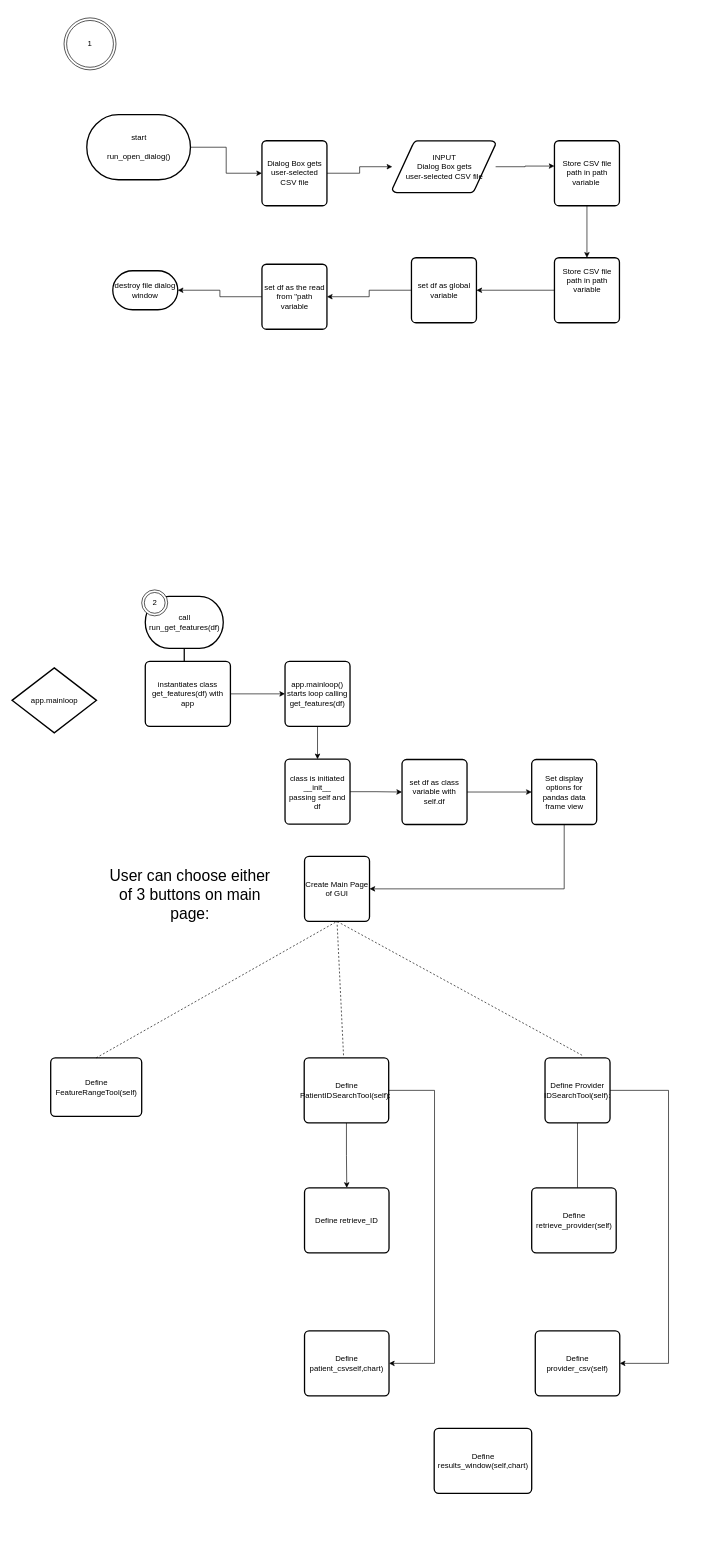
This is Untitled Diagram.drawio from ladri8/COVID19_AHA, a draw.io file, before an edit. Source tidied: cells renumbered, new cells numbered last; positions are measured from the earlier drawing's top-left corner, leaving out a move shared by most shapes. Both pictures are drawn from the tidied source at 65%, with x=0, y=0 at pixel (12, 18).
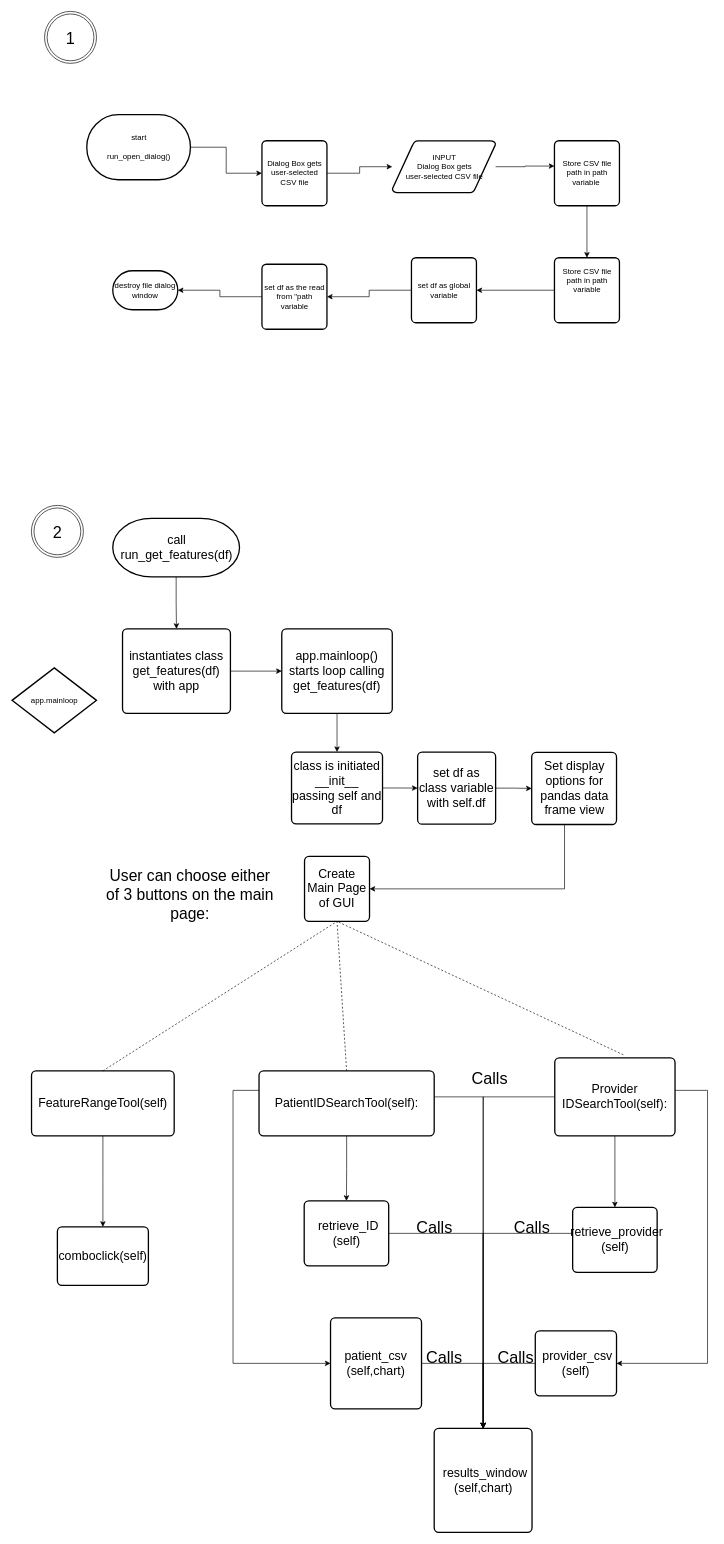
The same page after the edit.

Change to the diagram source:
```diff
@@
-    <mxCell id="8" style="edgeStyle=orthogonalEdgeStyle;rounded=0;jettySize=auto;html=1;entryX=0.458;entryY=0.16;entryDx=0;entryDy=0;entryPerimeter=0;" parent="1" edge="1" source="9" target="11">
-      <mxGeometry relative="1" as="geometry" />
+    <mxCell id="8" style="edgeStyle=orthogonalEdgeStyle;rounded=0;jettySize=auto;html=1;entryX=0.5;entryY=0;entryDx=0;entryDy=0;fontFamily=Helvetica;fontSize=19;" parent="1" edge="1" source="9" target="11">
+      <mxGeometry relative="1" as="geometry">
+        <Array as="points">
+          <mxPoint x="253" y="900" />
+          <mxPoint x="253" y="900" />
+        </Array>
+      </mxGeometry>
     </mxCell>
-    <mxCell id="9" value="&lt;div&gt;call &lt;br&gt;&lt;/div&gt;run_get_features(df) " style="shape=mxgraph.flowchart.terminator;strokeWidth=2;gradientColor=none;gradientDirection=north;fontStyle=0;html=1;" parent="1" vertex="1">
-      <mxGeometry x="205" y="890" width="120" height="80" as="geometry" />
+    <mxCell id="9" value="&lt;div style=&quot;font-size: 19px;&quot;&gt;call &lt;br style=&quot;font-size: 19px;&quot;&gt;&lt;/div&gt;run_get_features(df) " style="shape=mxgraph.flowchart.terminator;strokeWidth=2;gradientColor=none;gradientDirection=north;fontStyle=0;html=1;fontSize=19;" parent="1" vertex="1">
+      <mxGeometry x="155" y="770" width="195" height="90" as="geometry" />
     </mxCell>
@@
-    <mxCell id="11" value="instantiates class get_features(df) with app " style="rounded=1;whiteSpace=wrap;html=1;absoluteArcSize=1;arcSize=14;strokeWidth=2;" parent="1" vertex="1">
-      <mxGeometry x="205" y="990" width="131" height="100" as="geometry" />
+    <mxCell id="11" value="instantiates class get_features(df) with app " style="rounded=1;whiteSpace=wrap;html=1;absoluteArcSize=1;arcSize=14;strokeWidth=2;fontSize=19;" parent="1" vertex="1">
+      <mxGeometry x="170" y="940" width="166" height="130" as="geometry" />
     </mxCell>
-    <mxCell id="12" value="1" style="ellipse;shape=doubleEllipse;whiteSpace=wrap;html=1;" parent="1" vertex="1">
-      <mxGeometry x="80" width="80" height="80" as="geometry" />
+    <mxCell id="12" value="1" style="ellipse;shape=doubleEllipse;whiteSpace=wrap;html=1;fontSize=25;" parent="1" vertex="1">
+      <mxGeometry x="50" y="-10" width="80" height="80" as="geometry" />
     </mxCell>
-    <mxCell id="13" value="2" style="ellipse;shape=doubleEllipse;whiteSpace=wrap;html=1;" parent="1" vertex="1">
-      <mxGeometry x="199.5" y="880" width="40" height="40" as="geometry" />
+    <mxCell id="13" value="2" style="ellipse;shape=doubleEllipse;whiteSpace=wrap;html=1;fontSize=25;" parent="1" vertex="1">
+      <mxGeometry x="29.8" y="750" width="80" height="80" as="geometry" />
     </mxCell>
@@
-    <mxCell id="15" value="&lt;div&gt;app.mainloop() starts loop calling &lt;br&gt;&lt;/div&gt;&lt;div&gt;get_features(df) &lt;br&gt;&lt;/div&gt;" style="rounded=1;whiteSpace=wrap;html=1;absoluteArcSize=1;arcSize=14;strokeWidth=2;" parent="1" vertex="1">
-      <mxGeometry x="420" y="990" width="100" height="100" as="geometry" />
+    <mxCell id="15" value="&lt;div style=&quot;font-size: 19px;&quot;&gt;app.mainloop() starts loop calling &lt;br style=&quot;font-size: 19px;&quot;&gt;&lt;/div&gt;&lt;div style=&quot;font-size: 19px;&quot;&gt;get_features(df) &lt;br style=&quot;font-size: 19px;&quot;&gt;&lt;/div&gt;" style="rounded=1;whiteSpace=wrap;html=1;absoluteArcSize=1;arcSize=14;strokeWidth=2;fontSize=19;" parent="1" vertex="1">
+      <mxGeometry x="415" y="940" width="170" height="130" as="geometry" />
     </mxCell>
@@
-    <mxCell id="17" value="&lt;div&gt;class is initiated &lt;br&gt;&lt;/div&gt;&lt;div&gt;__init__ &lt;br&gt;&lt;/div&gt;passing self and df" style="rounded=1;whiteSpace=wrap;html=1;absoluteArcSize=1;arcSize=14;strokeWidth=2;" parent="1" vertex="1">
-      <mxGeometry x="420" y="1140.5" width="100" height="100" as="geometry" />
+    <mxCell id="17" value="&lt;div style=&quot;font-size: 19px;&quot;&gt;class is initiated &lt;br style=&quot;font-size: 19px;&quot;&gt;&lt;/div&gt;&lt;div style=&quot;font-size: 19px;&quot;&gt;__init__ &lt;br style=&quot;font-size: 19px;&quot;&gt;&lt;/div&gt;passing self and df" style="rounded=1;whiteSpace=wrap;html=1;absoluteArcSize=1;arcSize=14;strokeWidth=2;fontSize=19;" parent="1" vertex="1">
+      <mxGeometry x="430" y="1129.5" width="140" height="110.5" as="geometry" />
     </mxCell>
@@
-    <mxCell id="19" value="&lt;div&gt;set df as class variable with self.df &lt;br&gt;&lt;/div&gt;" style="rounded=1;whiteSpace=wrap;html=1;absoluteArcSize=1;arcSize=14;strokeWidth=2;" parent="1" vertex="1">
-      <mxGeometry x="600" y="1141" width="100" height="100" as="geometry" />
+    <mxCell id="19" value="&lt;div style=&quot;font-size: 19px;&quot;&gt;set df as class variable with self.df &lt;br style=&quot;font-size: 19px;&quot;&gt;&lt;/div&gt;" style="rounded=1;whiteSpace=wrap;html=1;absoluteArcSize=1;arcSize=14;strokeWidth=2;fontSize=19;" parent="1" vertex="1">
+      <mxGeometry x="624" y="1129.5" width="120" height="111" as="geometry" />
     </mxCell>
@@
-    <mxCell id="21" value="Set display options for pandas data frame view" style="rounded=1;whiteSpace=wrap;html=1;absoluteArcSize=1;arcSize=14;strokeWidth=2;" parent="1" vertex="1">
-      <mxGeometry x="799.5" y="1141" width="100" height="100" as="geometry" />
+    <mxCell id="21" value="Set display options for pandas data frame view" style="rounded=1;whiteSpace=wrap;html=1;absoluteArcSize=1;arcSize=14;strokeWidth=2;fontSize=19;" parent="1" vertex="1">
+      <mxGeometry x="799.5" y="1130" width="130.5" height="111" as="geometry" />
     </mxCell>
-    <mxCell id="22" value="Create Main Page of GUI " style="rounded=1;whiteSpace=wrap;html=1;absoluteArcSize=1;arcSize=14;strokeWidth=2;" parent="1" vertex="1">
+    <mxCell id="22" value="Create Main Page of GUI " style="rounded=1;whiteSpace=wrap;html=1;absoluteArcSize=1;arcSize=14;strokeWidth=2;fontSize=19;" parent="1" vertex="1">
       <mxGeometry x="450" y="1290" width="100" height="100" as="geometry" />
     </mxCell>
+    <mxCell id="24" style="edgeStyle=orthogonalEdgeStyle;rounded=0;jettySize=auto;html=1;entryX=1;entryY=0.5;entryDx=0;entryDy=0;" parent="1" edge="1" source="25" target="47">
+      <mxGeometry relative="1" as="geometry">
+        <Array as="points">
+          <mxPoint x="1070" y="1650" />
+          <mxPoint x="1070" y="2070" />
+        </Array>
+      </mxGeometry>
+    </mxCell>
+    <mxCell id="49" style="edgeStyle=orthogonalEdgeStyle;rounded=0;jettySize=auto;html=1;fontSize=24;" parent="1" edge="1" source="25" target="45">
+      <mxGeometry relative="1" as="geometry" />
+    </mxCell>
-    <mxCell id="23" style="edgeStyle=orthogonalEdgeStyle;rounded=0;jettySize=auto;html=1;entryX=0.542;entryY=0.2;entryDx=0;entryDy=0;entryPerimeter=0;" parent="1" edge="1" source="25" target="44">
+    <mxCell id="23" style="edgeStyle=orthogonalEdgeStyle;rounded=0;jettySize=auto;html=1;entryX=0.5;entryY=0;entryDx=0;entryDy=0;fontSize=24;" parent="1" edge="1" source="25" target="44">
       <mxGeometry relative="1" as="geometry" />
     </mxCell>
-    <mxCell id="24" style="edgeStyle=orthogonalEdgeStyle;rounded=0;jettySize=auto;html=1;entryX=1;entryY=0.5;entryDx=0;entryDy=0;" parent="1" edge="1" source="25" target="47">
-      <mxGeometry relative="1" as="geometry">
-        <Array as="points">
-          <mxPoint x="1010" y="1650" />
-          <mxPoint x="1010" y="2070" />
-        </Array>
-      </mxGeometry>
-    </mxCell>
-    <mxCell id="25" value="Define Provider IDSearchTool(self):" style="rounded=1;whiteSpace=wrap;html=1;absoluteArcSize=1;arcSize=14;strokeWidth=2;" parent="1" vertex="1">
-      <mxGeometry x="820" y="1600" width="100" height="100" as="geometry" />
+    <mxCell id="25" value="Provider IDSearchTool(self):" style="rounded=1;whiteSpace=wrap;html=1;absoluteArcSize=1;arcSize=14;strokeWidth=2;fontFamily=Helvetica;fontSize=19;" parent="1" vertex="1">
+      <mxGeometry x="835" y="1600" width="185" height="120" as="geometry" />
     </mxCell>
+    <mxCell id="50" style="edgeStyle=orthogonalEdgeStyle;rounded=0;jettySize=auto;html=1;fontSize=24;" parent="1" edge="1" source="28" target="45">
+      <mxGeometry relative="1" as="geometry">
+        <Array as="points">
+          <mxPoint x="725" y="1660" />
+        </Array>
+      </mxGeometry>
+    </mxCell>
+    <mxCell id="27" style="edgeStyle=orthogonalEdgeStyle;rounded=0;jettySize=auto;html=1;entryX=0;entryY=0.5;entryDx=0;entryDy=0;fontSize=24;" parent="1" edge="1" source="28" target="46">
+      <mxGeometry relative="1" as="geometry">
+        <Array as="points">
+          <mxPoint x="340" y="1650" />
+          <mxPoint x="340" y="2070" />
+        </Array>
+      </mxGeometry>
+    </mxCell>
-    <mxCell id="26" style="edgeStyle=orthogonalEdgeStyle;rounded=0;jettySize=auto;html=1;entryX=0.5;entryY=0;entryDx=0;entryDy=0;" parent="1" edge="1" source="28" target="43">
+    <mxCell id="26" style="edgeStyle=orthogonalEdgeStyle;rounded=0;jettySize=auto;html=1;entryX=0.5;entryY=0;entryDx=0;entryDy=0;fontSize=24;" parent="1" edge="1" source="28" target="43">
       <mxGeometry relative="1" as="geometry" />
     </mxCell>
-    <mxCell id="27" style="edgeStyle=orthogonalEdgeStyle;rounded=0;jettySize=auto;html=1;entryX=1;entryY=0.5;entryDx=0;entryDy=0;" parent="1" edge="1" source="28" target="46">
-      <mxGeometry relative="1" as="geometry">
-        <Array as="points">
-          <mxPoint x="650" y="1650" />
-          <mxPoint x="650" y="2070" />
-        </Array>
-      </mxGeometry>
-    </mxCell>
-    <mxCell id="28" value="Define PatientIDSearchTool(self):&amp;nbsp; " style="rounded=1;whiteSpace=wrap;html=1;absoluteArcSize=1;arcSize=14;strokeWidth=2;" parent="1" vertex="1">
-      <mxGeometry x="449.5" y="1600" width="130" height="100" as="geometry" />
+    <mxCell id="28" value="&amp;nbsp;PatientIDSearchTool(self):&amp;nbsp; " style="rounded=1;whiteSpace=wrap;html=1;absoluteArcSize=1;arcSize=14;strokeWidth=2;fontFamily=Helvetica;fontSize=19;" parent="1" vertex="1">
+      <mxGeometry x="380" y="1620" width="269.5" height="100" as="geometry" />
     </mxCell>
+    <mxCell id="51" style="edgeStyle=orthogonalEdgeStyle;rounded=0;jettySize=auto;html=1;entryX=0.5;entryY=0;entryDx=0;entryDy=0;fontSize=24;" parent="1" edge="1" source="29" target="56">
+      <mxGeometry relative="1" as="geometry" />
+    </mxCell>
-    <mxCell id="29" value="Define FeatureRangeTool(self)" style="rounded=1;whiteSpace=wrap;html=1;absoluteArcSize=1;arcSize=14;strokeWidth=2;" parent="1" vertex="1">
-      <mxGeometry x="59.5" y="1600" width="140" height="90" as="geometry" />
+    <mxCell id="29" value="FeatureRangeTool(self)" style="rounded=1;whiteSpace=wrap;html=1;absoluteArcSize=1;arcSize=14;strokeWidth=2;fontFamily=Helvetica;fontSize=19;" parent="1" vertex="1">
+      <mxGeometry x="30" y="1620" width="219.5" height="100" as="geometry" />
     </mxCell>
@@
-    <mxCell id="31" style="endArrow=none;dashed=1;html=1;entryX=0.5;entryY=1;entryDx=0;entryDy=0;" parent="1" edge="1" target="22">
-      <mxGeometry relative="1" as="geometry">
-        <mxPoint x="510" y="1596" as="sourcePoint" />
-      </mxGeometry>
+    <mxCell id="31" style="endArrow=none;dashed=1;html=1;entryX=0.5;entryY=1;entryDx=0;entryDy=0;exitX=0.5;exitY=0;exitDx=0;exitDy=0;" parent="1" edge="1" source="28" target="22">
+      <mxGeometry relative="1" as="geometry" />
     </mxCell>
@@
+    <mxCell id="52" style="edgeStyle=orthogonalEdgeStyle;rounded=0;jettySize=auto;html=1;entryX=0.5;entryY=0;entryDx=0;entryDy=0;fontSize=24;" parent="1" edge="1" source="43" target="45">
+      <mxGeometry relative="1" as="geometry" />
+    </mxCell>
-    <mxCell id="43" value="Define retrieve_ID" style="rounded=1;whiteSpace=wrap;html=1;absoluteArcSize=1;arcSize=14;strokeWidth=2;" parent="1" vertex="1">
-      <mxGeometry x="450" y="1800" width="130" height="100" as="geometry" />
+    <mxCell id="43" value="&lt;div&gt;&amp;nbsp;retrieve_ID&lt;/div&gt;&lt;div&gt;(self)&lt;/div&gt;" style="rounded=1;whiteSpace=wrap;html=1;absoluteArcSize=1;arcSize=14;strokeWidth=2;fontFamily=Helvetica;fontSize=19;" parent="1" vertex="1">
+      <mxGeometry x="449.5" y="1820" width="130" height="100" as="geometry" />
     </mxCell>
+    <mxCell id="53" style="edgeStyle=orthogonalEdgeStyle;rounded=0;jettySize=auto;html=1;entryX=0.5;entryY=0;entryDx=0;entryDy=0;fontSize=24;" parent="1" edge="1" source="44" target="45">
+      <mxGeometry relative="1" as="geometry">
+        <Array as="points">
+          <mxPoint x="724" y="1870" />
+        </Array>
+      </mxGeometry>
+    </mxCell>
-    <mxCell id="44" value="Define retrieve_provider(self)" style="rounded=1;whiteSpace=wrap;html=1;absoluteArcSize=1;arcSize=14;strokeWidth=2;" parent="1" vertex="1">
-      <mxGeometry x="799.5" y="1800" width="130" height="100" as="geometry" />
+    <mxCell id="44" value="&lt;div&gt;&amp;nbsp;retrieve_provider&lt;/div&gt;&lt;div&gt;(self)&lt;/div&gt;" style="rounded=1;whiteSpace=wrap;html=1;absoluteArcSize=1;arcSize=14;strokeWidth=2;fontFamily=Helvetica;fontSize=19;" parent="1" vertex="1">
+      <mxGeometry x="862.5" y="1830" width="130" height="100" as="geometry" />
     </mxCell>
-    <mxCell id="45" value="Define results_window(self,chart)" style="rounded=1;whiteSpace=wrap;html=1;absoluteArcSize=1;arcSize=14;strokeWidth=2;" parent="1" vertex="1">
-      <mxGeometry x="649.5" y="2170" width="150" height="100" as="geometry" />
+    <mxCell id="45" value="&lt;div&gt;&amp;nbsp;results_window&lt;/div&gt;&lt;div&gt;(self,chart)&lt;/div&gt;" style="rounded=1;whiteSpace=wrap;html=1;absoluteArcSize=1;arcSize=14;strokeWidth=2;fontFamily=Helvetica;fontSize=19;" parent="1" vertex="1">
+      <mxGeometry x="649.5" y="2170" width="150.5" height="160" as="geometry" />
     </mxCell>
+    <mxCell id="54" style="edgeStyle=orthogonalEdgeStyle;rounded=0;jettySize=auto;html=1;entryX=0.5;entryY=0;entryDx=0;entryDy=0;fontSize=24;" parent="1" edge="1" source="46" target="45">
+      <mxGeometry relative="1" as="geometry" />
+    </mxCell>
-    <mxCell id="46" value="Define patient_csvself,chart)" style="rounded=1;whiteSpace=wrap;html=1;absoluteArcSize=1;arcSize=14;strokeWidth=2;" parent="1" vertex="1">
-      <mxGeometry x="450" y="2020" width="130" height="100" as="geometry" />
+    <mxCell id="46" value="&lt;div&gt;patient_csv&lt;/div&gt;&lt;div&gt;(self,chart)&lt;/div&gt;" style="rounded=1;whiteSpace=wrap;html=1;absoluteArcSize=1;arcSize=14;strokeWidth=2;fontFamily=Helvetica;fontSize=19;" parent="1" vertex="1">
+      <mxGeometry x="490" y="2000" width="140" height="140" as="geometry" />
     </mxCell>
+    <mxCell id="55" style="edgeStyle=orthogonalEdgeStyle;rounded=0;jettySize=auto;html=1;entryX=0.5;entryY=0;entryDx=0;entryDy=0;fontSize=24;" parent="1" edge="1" source="47" target="45">
+      <mxGeometry relative="1" as="geometry" />
+    </mxCell>
-    <mxCell id="47" value="Define provider_csv(self)" style="rounded=1;whiteSpace=wrap;html=1;absoluteArcSize=1;arcSize=14;strokeWidth=2;" parent="1" vertex="1">
-      <mxGeometry x="805" y="2020" width="130" height="100" as="geometry" />
+    <mxCell id="47" value="&lt;div&gt;&amp;nbsp;provider_csv&lt;/div&gt;&lt;div&gt;(self)&lt;/div&gt;" style="rounded=1;whiteSpace=wrap;html=1;absoluteArcSize=1;arcSize=14;strokeWidth=2;fontFamily=Helvetica;fontSize=19;" parent="1" vertex="1">
+      <mxGeometry x="805" y="2020" width="125" height="100" as="geometry" />
     </mxCell>
-    <mxCell id="48" value="User can choose either of 3 buttons on main page: " style="text;html=1;strokeColor=none;fillColor=none;align=center;verticalAlign=middle;whiteSpace=wrap;rounded=0;fontSize=24;" parent="1" vertex="1">
+    <mxCell id="48" value="User can choose either of 3 buttons on the main page: " style="text;html=1;strokeColor=none;fillColor=none;align=center;verticalAlign=middle;whiteSpace=wrap;rounded=0;fontSize=24;" parent="1" vertex="1">
       <mxGeometry x="140" y="1340" width="268" height="20" as="geometry" />
     </mxCell>
+    <mxCell id="56" value="comboclick(self)" style="rounded=1;whiteSpace=wrap;html=1;absoluteArcSize=1;arcSize=14;strokeWidth=2;fontFamily=Helvetica;fontSize=19;" parent="1" vertex="1">
+      <mxGeometry x="69.8" y="1860" width="140" height="90" as="geometry" />
+    </mxCell>
+    <mxCell id="57" value="Calls" style="text;html=1;strokeColor=none;fillColor=none;align=center;verticalAlign=middle;whiteSpace=wrap;rounded=0;fontFamily=Helvetica;fontSize=25;" parent="1" vertex="1">
+      <mxGeometry x="714.5" y="1620" width="40" height="20" as="geometry" />
+    </mxCell>
+    <mxCell id="58" value="Calls" style="text;html=1;strokeColor=none;fillColor=none;align=center;verticalAlign=middle;whiteSpace=wrap;rounded=0;fontFamily=Helvetica;fontSize=25;" parent="1" vertex="1">
+      <mxGeometry x="630" y="1760" width="40" height="200" as="geometry" />
+    </mxCell>
+    <mxCell id="59" value="Calls" style="text;html=1;strokeColor=none;fillColor=none;align=center;verticalAlign=middle;whiteSpace=wrap;rounded=0;fontFamily=Helvetica;fontSize=25;" parent="1" vertex="1">
+      <mxGeometry x="780" y="1850" width="40" height="20" as="geometry" />
+    </mxCell>
+    <mxCell id="60" value="Calls" style="text;html=1;strokeColor=none;fillColor=none;align=center;verticalAlign=middle;whiteSpace=wrap;rounded=0;fontFamily=Helvetica;fontSize=25;" parent="1" vertex="1">
+      <mxGeometry x="644.5" y="1960" width="40" height="200" as="geometry" />
+    </mxCell>
+    <mxCell id="61" value="Calls" style="text;html=1;strokeColor=none;fillColor=none;align=center;verticalAlign=middle;whiteSpace=wrap;rounded=0;fontFamily=Helvetica;fontSize=25;" parent="1" vertex="1">
+      <mxGeometry x="754.5" y="1960" width="40" height="200" as="geometry" />
+    </mxCell>
```
